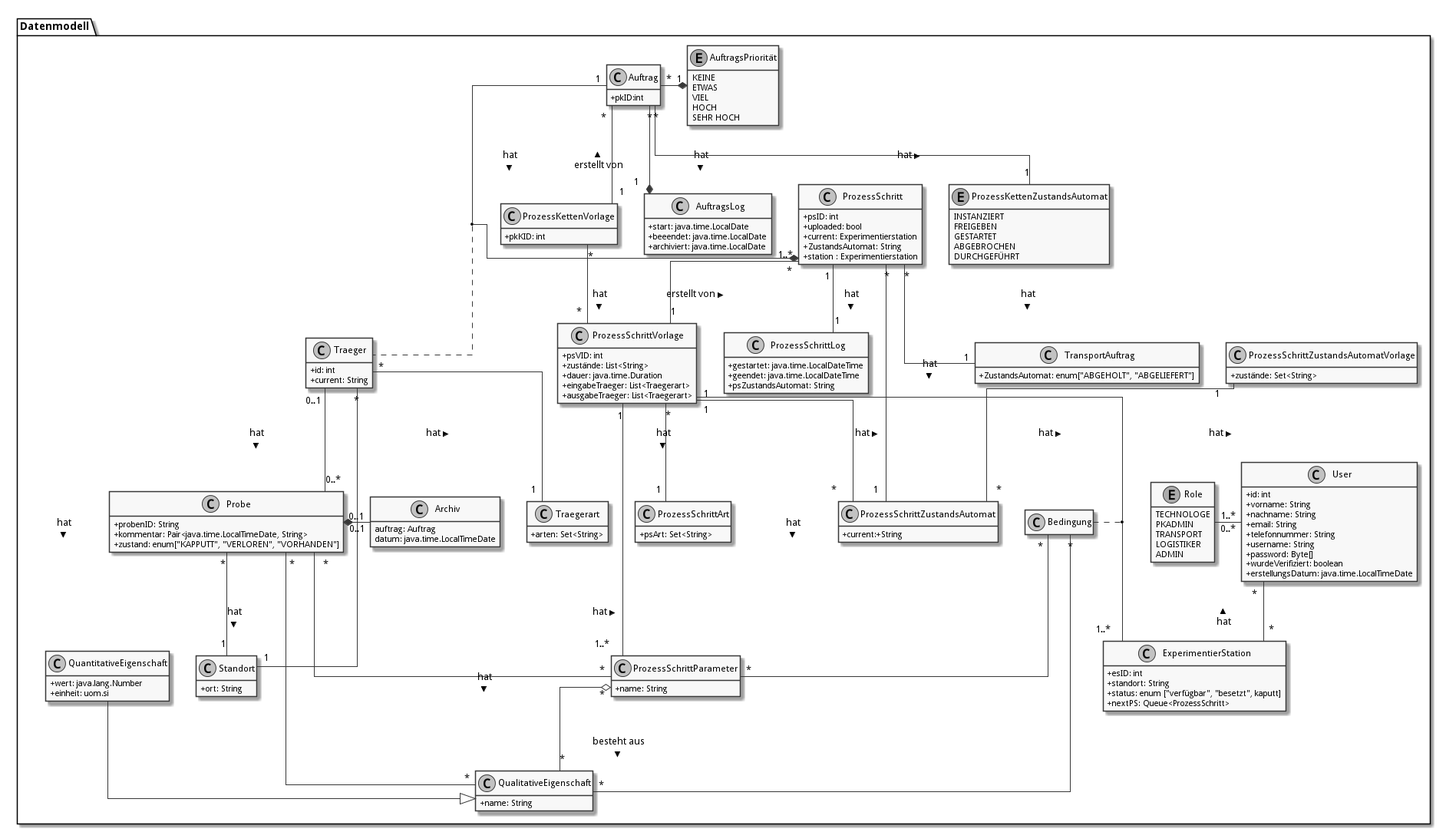
fkehlenb/softwareprojekt-2 keeps this PlantUML diagram as doc/UML/datenModel.png. Above is the earlier version.
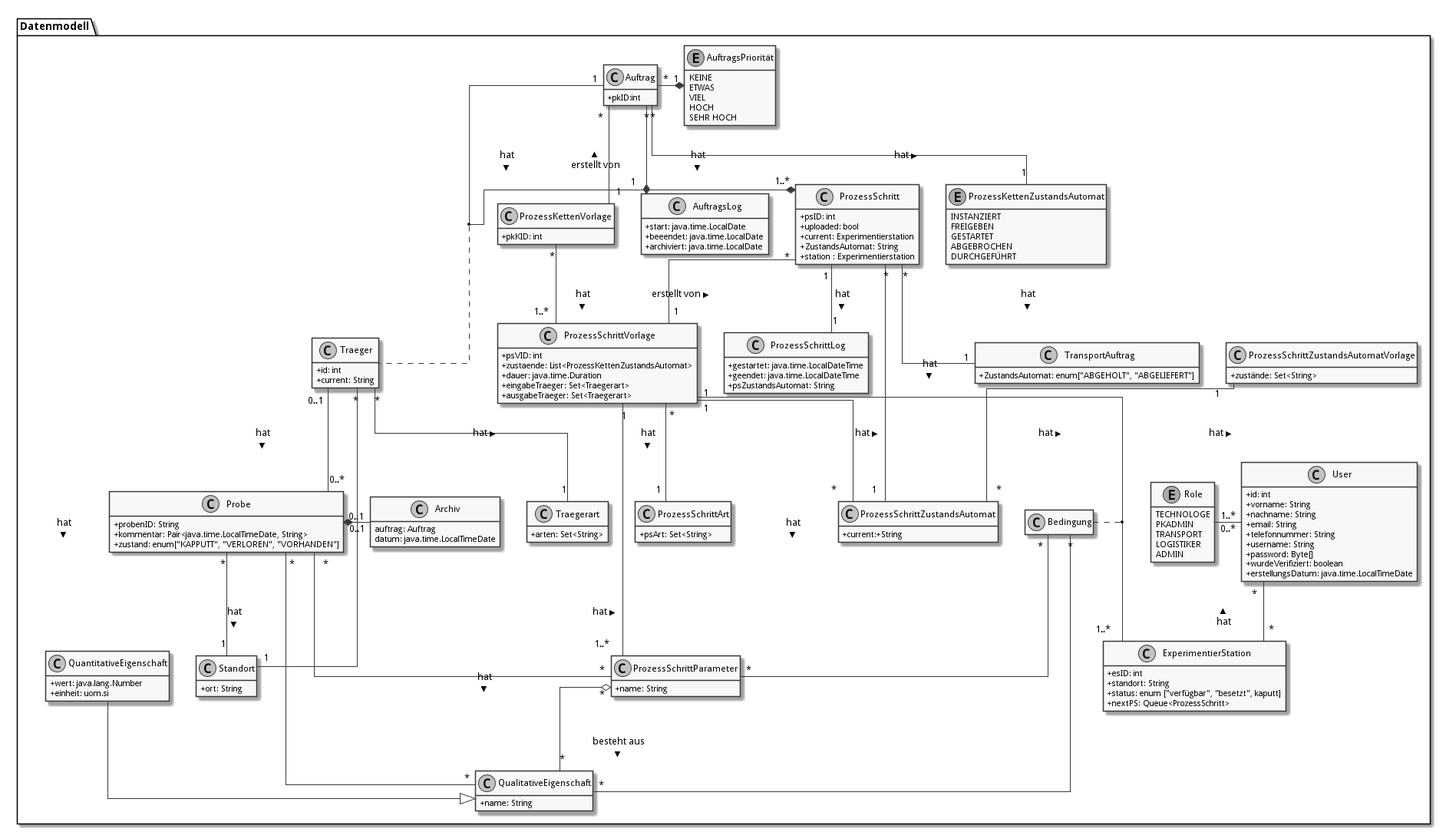
Above is the later version.

Commit message:
model korrektur

Diff of the diagram source:
```diff
@@ -86,10 +86,10 @@
 
 class "ProzessSchrittVorlage" as psV {
   +psVID: int
-  +zustände: List<String>
+  +zustaende: List<ProzessKettenZustandsAutomat>
   +dauer: java.time.Duration
-  +eingabeTraeger: List<Traegerart>
-  +ausgabeTraeger: List<Traegerart>
+  +eingabeTraeger: Set<Traegerart>
+  +ausgabeTraeger: Set<Traegerart>
 }
 
 class ProzessSchrittArt {
@@ -180,7 +180,7 @@
  Traeger "0..1" -- "0..*" Probe: hat >
  Traeger "*" -- "1" Standort: hat >
 
-  pkV "*" -- "*" psV: hat >
+  pkV "*" -- "1..*" psV: hat >
 
   Bedingung "*" -- "*" pp
   Bedingung  "*" -- "*" qualE
```
